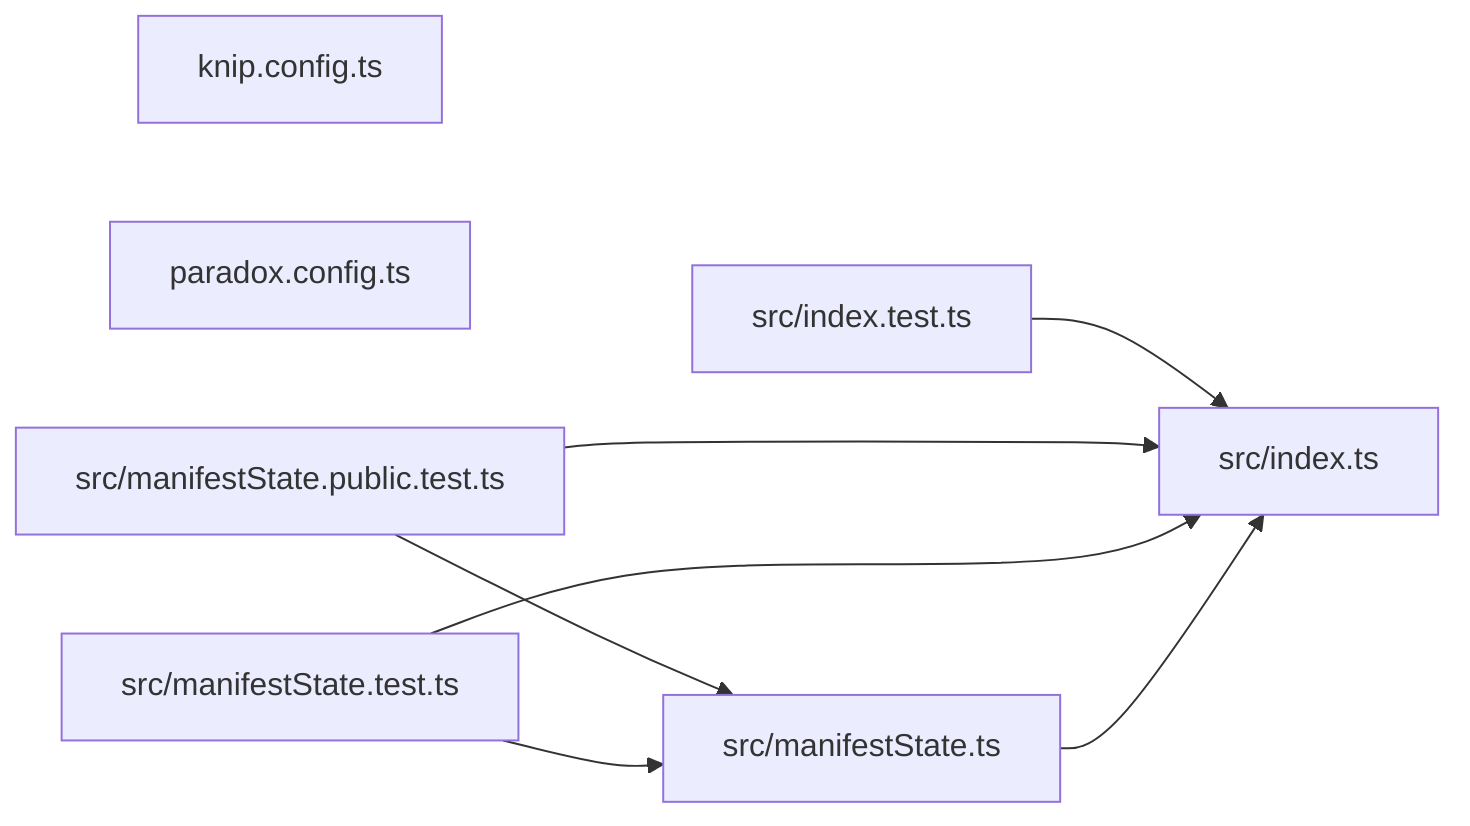
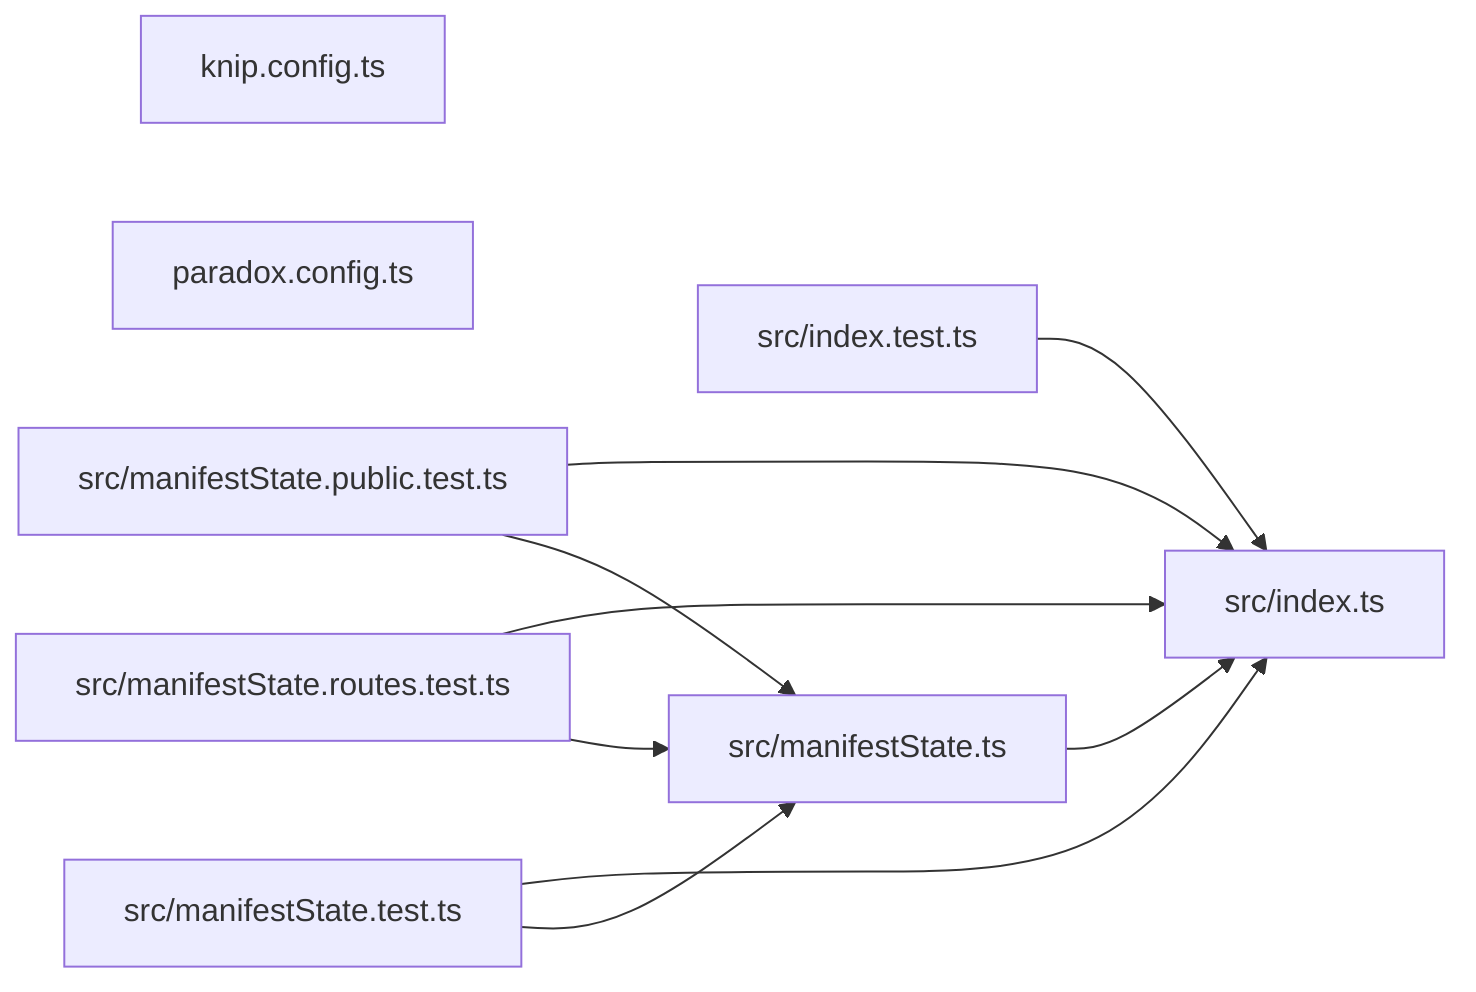
graph LR
  module_knip_config_ts["knip.config.ts"]
  module_paradox_config_ts["paradox.config.ts"]
  module_src_index_test_ts["src/index.test.ts"]
  module_src_index_ts["src/index.ts"]
  module_src_manifestState_public_test_ts["src/manifestState.public.test.ts"]
+   module_src_manifestState_routes_test_ts["src/manifestState.routes.test.ts"]
  module_src_manifestState_test_ts["src/manifestState.test.ts"]
  module_src_manifestState_ts["src/manifestState.ts"]
  module_src_index_test_ts --> module_src_index_ts
  module_src_manifestState_public_test_ts --> module_src_index_ts
  module_src_manifestState_public_test_ts --> module_src_manifestState_ts
+   module_src_manifestState_routes_test_ts --> module_src_index_ts
+   module_src_manifestState_routes_test_ts --> module_src_manifestState_ts
  module_src_manifestState_test_ts --> module_src_index_ts
  module_src_manifestState_test_ts --> module_src_manifestState_ts
  module_src_manifestState_ts --> module_src_index_ts
